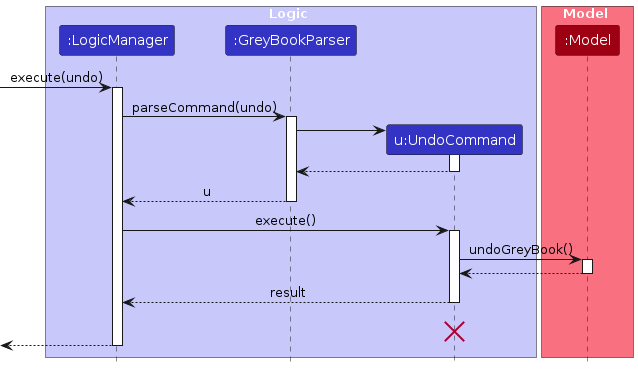
This is diagrams/UndoSequenceDiagram-Logic.png from TheMythologist/tp, a PlantUML export, as it was before one commit. Its source is kept beside it as diagrams/UndoSequenceDiagram-Logic.puml.
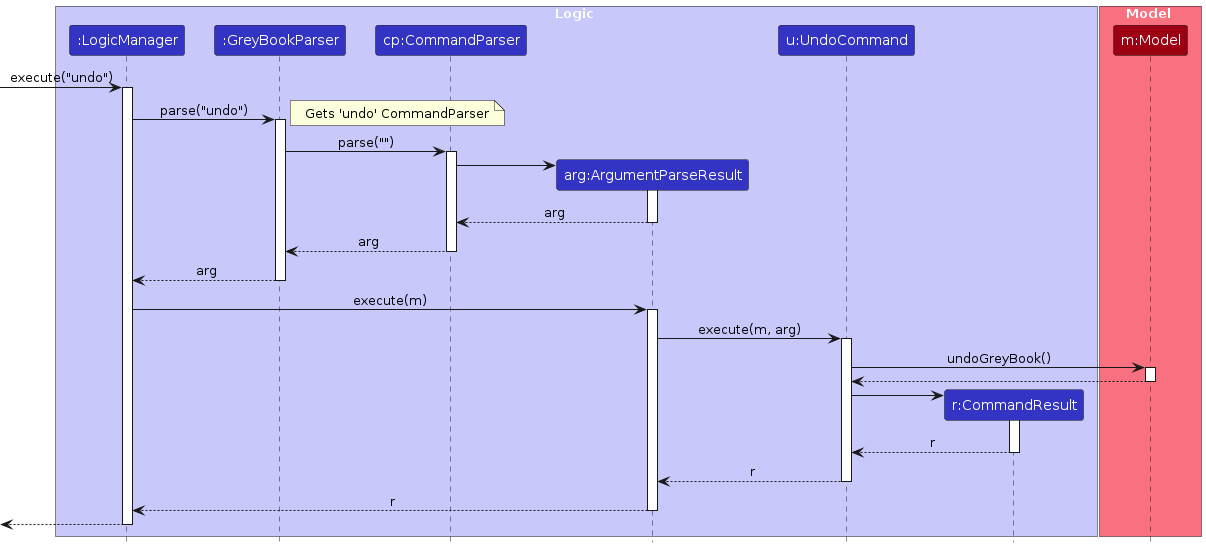
After the change.

Diff of the diagram source:
```diff
@@ -5,29 +5,43 @@
 box Logic LOGIC_COLOR_T1
 participant ":LogicManager" as LogicManager LOGIC_COLOR
 participant ":GreyBookParser" as GreyBookParser LOGIC_COLOR
+participant "cp:CommandParser" as CommandParser LOGIC_COLOR
+participant "arg:ArgumentParseResult" as ArgumentParseResult LOGIC_COLOR
 participant "u:UndoCommand" as UndoCommand LOGIC_COLOR
+participant "r:CommandResult" as CommandResult LOGIC_COLOR
 end box
 
 box Model MODEL_COLOR_T1
-participant ":Model" as Model MODEL_COLOR
+participant "m:Model" as Model MODEL_COLOR
 end box
-[-> LogicManager : execute(undo)
+
+[-> LogicManager : execute("undo")
 activate LogicManager
 
-LogicManager -> GreyBookParser : parseCommand(undo)
+LogicManager -> GreyBookParser : parse("undo")
 activate GreyBookParser
+note right: Gets 'undo' CommandParser
 
-create UndoCommand
-GreyBookParser -> UndoCommand
-activate UndoCommand
+GreyBookParser -> CommandParser : parse("")
+activate CommandParser
 
-UndoCommand --> GreyBookParser
-deactivate UndoCommand
+create ArgumentParseResult
+CommandParser -> ArgumentParseResult
+activate ArgumentParseResult
 
-GreyBookParser --> LogicManager : u
+ArgumentParseResult --> CommandParser : arg
+deactivate ArgumentParseResult
+
+CommandParser --> GreyBookParser : arg
+deactivate CommandParser
+
+GreyBookParser --> LogicManager : arg
 deactivate GreyBookParser
 
-LogicManager -> UndoCommand : execute()
+LogicManager -> ArgumentParseResult : execute(m)
+activate ArgumentParseResult
+
+ArgumentParseResult -> UndoCommand : execute(m, arg)
 activate UndoCommand
 
 UndoCommand -> Model : undoGreyBook()
@@ -36,10 +50,18 @@
 Model --> UndoCommand
 deactivate Model
 
-UndoCommand --> LogicManager : result
+create CommandResult
+UndoCommand -> CommandResult
+activate CommandResult
+
+CommandResult --> UndoCommand : r
+deactivate CommandResult
+
+UndoCommand --> ArgumentParseResult : r
 deactivate UndoCommand
-UndoCommand -[hidden]-> LogicManager : result
-destroy UndoCommand
+
+ArgumentParseResult --> LogicManager : r
+deactivate ArgumentParseResult
 
 [<--LogicManager
 deactivate LogicManager
```
